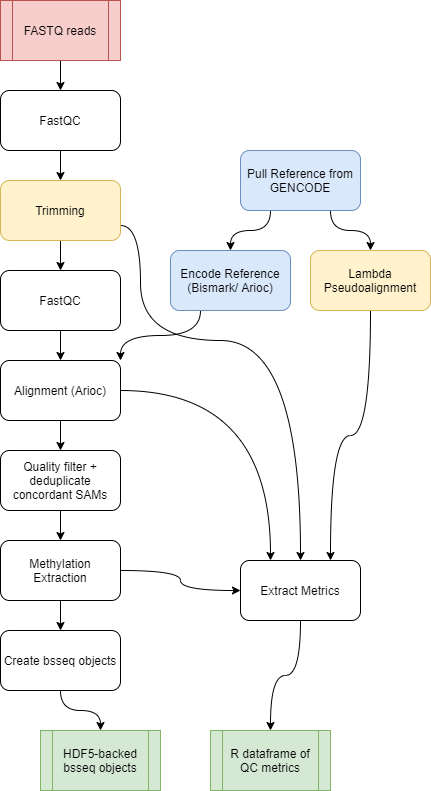
Earlier version of the draw.io export workflow.png (LieberInstitute/BiocMAP). Source tidied: cells renumbered, new cells last; positions are measured from the earlier drawing's top-left corner, leaving out a move shared by most shapes.
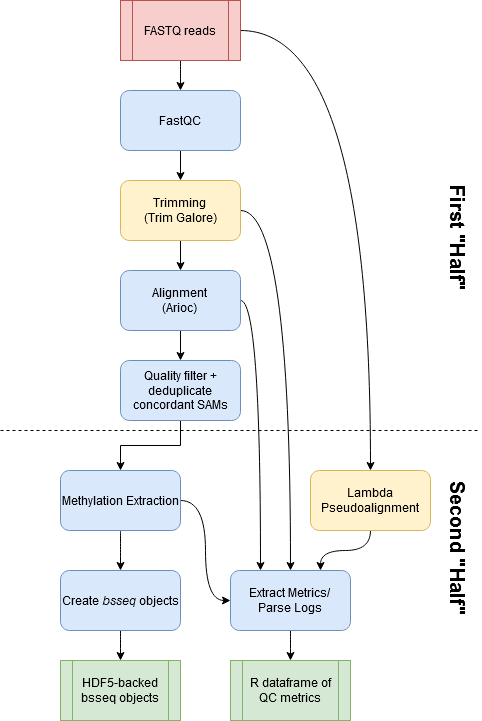
After the commit.

Commit message:
Remake the workflow diagram to reflect recent pipeline changes

What changed in the source:
```diff
@@ -5,65 +5,38 @@
     <mxCell id="2" style="edgeStyle=orthogonalEdgeStyle;rounded=0;jettySize=auto;html=1;exitX=0.5;exitY=1;exitDx=0;exitDy=0;entryX=0.5;entryY=0;entryDx=0;entryDy=0;" parent="1" edge="1" source="3" target="6">
       <mxGeometry relative="1" as="geometry" />
     </mxCell>
-    <mxCell id="3" value="FastQC" style="rounded=1;whiteSpace=wrap;html=1;" parent="1" vertex="1">
-      <mxGeometry y="90" width="120" height="60" as="geometry" />
+    <mxCell id="3" value="FastQC" style="rounded=1;whiteSpace=wrap;html=1;fillColor=#dae8fc;strokeColor=#6c8ebf;" parent="1" vertex="1">
+      <mxGeometry x="90" y="130" width="120" height="60" as="geometry" />
     </mxCell>
-    <mxCell id="4" style="edgeStyle=orthogonalEdgeStyle;rounded=0;jettySize=auto;html=1;exitX=0.5;exitY=1;exitDx=0;exitDy=0;entryX=0.5;entryY=0;entryDx=0;entryDy=0;" parent="1" edge="1" source="6" target="8">
-      <mxGeometry relative="1" as="geometry" />
-    </mxCell>
+    <mxCell id="32" style="edgeStyle=orthogonalEdgeStyle;rounded=0;jettySize=auto;html=1;exitX=0.5;exitY=1;exitDx=0;exitDy=0;entryX=0.5;entryY=0;entryDx=0;entryDy=0;" parent="1" edge="1" source="6" target="16">
+      <mxGeometry relative="1" as="geometry" />
+    </mxCell>
-    <mxCell id="5" style="edgeStyle=orthogonalEdgeStyle;curved=1;jettySize=auto;html=1;exitX=1;exitY=0.75;exitDx=0;exitDy=0;entryX=0.5;entryY=0;entryDx=0;entryDy=0;" parent="1" edge="1" source="6" target="25">
-      <mxGeometry relative="1" as="geometry">
-        <Array as="points">
-          <mxPoint x="140" y="225" />
-          <mxPoint x="140" y="340" />
-          <mxPoint x="300" y="340" />
-        </Array>
-      </mxGeometry>
+    <mxCell id="5" style="edgeStyle=orthogonalEdgeStyle;curved=1;jettySize=auto;html=1;exitX=1;exitY=0.5;exitDx=0;exitDy=0;entryX=0.5;entryY=0;entryDx=0;entryDy=0;" parent="1" edge="1" source="6" target="25">
+      <mxGeometry relative="1" as="geometry" />
     </mxCell>
-    <mxCell id="6" value="Trimming" style="rounded=1;whiteSpace=wrap;html=1;fillColor=#fff2cc;strokeColor=#d6b656;" parent="1" vertex="1">
-      <mxGeometry y="180" width="120" height="60" as="geometry" />
+    <mxCell id="6" value="Trimming&lt;br&gt;(Trim Galore)" style="rounded=1;whiteSpace=wrap;html=1;fillColor=#fff2cc;strokeColor=#d6b656;" parent="1" vertex="1">
+      <mxGeometry x="90" y="220" width="120" height="60" as="geometry" />
     </mxCell>
-    <mxCell id="7" style="edgeStyle=orthogonalEdgeStyle;rounded=0;jettySize=auto;html=1;exitX=0.5;exitY=1;exitDx=0;exitDy=0;entryX=0.5;entryY=0;entryDx=0;entryDy=0;" parent="1" edge="1" source="8" target="16">
-      <mxGeometry relative="1" as="geometry" />
-    </mxCell>
-    <mxCell id="8" value="FastQC" style="rounded=1;whiteSpace=wrap;html=1;" parent="1" vertex="1">
-      <mxGeometry y="270" width="120" height="60" as="geometry" />
-    </mxCell>
-    <mxCell id="9" style="edgeStyle=orthogonalEdgeStyle;curved=1;jettySize=auto;html=1;exitX=0.25;exitY=1;exitDx=0;exitDy=0;" parent="1" edge="1" source="11" target="13">
-      <mxGeometry relative="1" as="geometry" />
-    </mxCell>
-    <mxCell id="10" style="edgeStyle=orthogonalEdgeStyle;curved=1;jettySize=auto;html=1;exitX=0.75;exitY=1;exitDx=0;exitDy=0;" parent="1" edge="1" source="11" target="20">
-      <mxGeometry relative="1" as="geometry" />
-    </mxCell>
-    <mxCell id="11" value="Pull Reference from GENCODE" style="rounded=1;whiteSpace=wrap;html=1;fillColor=#dae8fc;strokeColor=#6c8ebf;" parent="1" vertex="1">
-      <mxGeometry x="240" y="150" width="120" height="60" as="geometry" />
-    </mxCell>
-    <mxCell id="12" style="edgeStyle=orthogonalEdgeStyle;jettySize=auto;html=1;exitX=0.25;exitY=1;exitDx=0;exitDy=0;entryX=1;entryY=0;entryDx=0;entryDy=0;curved=1;" parent="1" edge="1" source="13" target="16">
-      <mxGeometry relative="1" as="geometry" />
-    </mxCell>
-    <mxCell id="13" value="Encode Reference (Bismark/ Arioc)" style="rounded=1;whiteSpace=wrap;html=1;fillColor=#dae8fc;strokeColor=#6c8ebf;" parent="1" vertex="1">
-      <mxGeometry x="170" y="250" width="120" height="60" as="geometry" />
-    </mxCell>
     <mxCell id="14" style="edgeStyle=orthogonalEdgeStyle;rounded=0;jettySize=auto;html=1;entryX=0.5;entryY=0;entryDx=0;entryDy=0;" parent="1" edge="1" source="16" target="18">
       <mxGeometry relative="1" as="geometry" />
     </mxCell>
     <mxCell id="15" style="edgeStyle=orthogonalEdgeStyle;curved=1;jettySize=auto;html=1;exitX=1;exitY=0.5;exitDx=0;exitDy=0;entryX=0.25;entryY=0;entryDx=0;entryDy=0;" parent="1" edge="1" source="16" target="25">
       <mxGeometry relative="1" as="geometry" />
     </mxCell>
-    <mxCell id="16" value="Alignment (Arioc)" style="rounded=1;whiteSpace=wrap;html=1;" parent="1" vertex="1">
-      <mxGeometry y="360" width="120" height="60" as="geometry" />
+    <mxCell id="16" value="Alignment&lt;br&gt;(Arioc)" style="rounded=1;whiteSpace=wrap;html=1;fillColor=#dae8fc;strokeColor=#6c8ebf;" parent="1" vertex="1">
+      <mxGeometry x="90" y="310" width="120" height="60" as="geometry" />
     </mxCell>
     <mxCell id="17" style="edgeStyle=orthogonalEdgeStyle;rounded=0;jettySize=auto;html=1;exitX=0.5;exitY=1;exitDx=0;exitDy=0;entryX=0.5;entryY=0;entryDx=0;entryDy=0;" parent="1" edge="1" source="18" target="23">
       <mxGeometry relative="1" as="geometry" />
     </mxCell>
-    <mxCell id="18" value="Quality filter + deduplicate concordant SAMs" style="rounded=1;whiteSpace=wrap;html=1;" parent="1" vertex="1">
-      <mxGeometry y="450" width="120" height="60" as="geometry" />
+    <mxCell id="18" value="Quality filter + deduplicate concordant SAMs" style="rounded=1;whiteSpace=wrap;html=1;fillColor=#dae8fc;strokeColor=#6c8ebf;" parent="1" vertex="1">
+      <mxGeometry x="90" y="400" width="120" height="60" as="geometry" />
     </mxCell>
     <mxCell id="19" style="edgeStyle=orthogonalEdgeStyle;curved=1;jettySize=auto;html=1;exitX=0.5;exitY=1;exitDx=0;exitDy=0;entryX=0.75;entryY=0;entryDx=0;entryDy=0;" parent="1" edge="1" source="20" target="25">
       <mxGeometry relative="1" as="geometry" />
     </mxCell>
     <mxCell id="20" value="Lambda Pseudoalignment" style="rounded=1;whiteSpace=wrap;html=1;fillColor=#fff2cc;strokeColor=#d6b656;" parent="1" vertex="1">
-      <mxGeometry x="310" y="250" width="120" height="60" as="geometry" />
+      <mxGeometry x="280" y="510" width="120" height="60" as="geometry" />
     </mxCell>
     <mxCell id="21" style="edgeStyle=orthogonalEdgeStyle;curved=1;jettySize=auto;html=1;entryX=0;entryY=0.5;entryDx=0;entryDy=0;" parent="1" edge="1" source="23" target="25">
       <mxGeometry relative="1" as="geometry" />
@@ -71,32 +44,47 @@
     <mxCell id="22" style="edgeStyle=orthogonalEdgeStyle;curved=1;jettySize=auto;html=1;exitX=0.5;exitY=1;exitDx=0;exitDy=0;" parent="1" edge="1" source="23" target="27">
       <mxGeometry relative="1" as="geometry" />
     </mxCell>
-    <mxCell id="23" value="Methylation Extraction" style="rounded=1;whiteSpace=wrap;html=1;" parent="1" vertex="1">
-      <mxGeometry y="540" width="120" height="60" as="geometry" />
+    <mxCell id="23" value="&lt;div&gt;Methylation Extraction&lt;/div&gt;" style="rounded=1;whiteSpace=wrap;html=1;fillColor=#dae8fc;strokeColor=#6c8ebf;" parent="1" vertex="1">
+      <mxGeometry x="30" y="510" width="120" height="60" as="geometry" />
     </mxCell>
     <mxCell id="24" style="edgeStyle=orthogonalEdgeStyle;curved=1;jettySize=auto;html=1;exitX=0.5;exitY=1;exitDx=0;exitDy=0;entryX=0.5;entryY=0;entryDx=0;entryDy=0;" parent="1" edge="1" source="25" target="29">
       <mxGeometry relative="1" as="geometry" />
     </mxCell>
-    <mxCell id="25" value="Extract Metrics" style="rounded=1;whiteSpace=wrap;html=1;shadow=0;" parent="1" vertex="1">
-      <mxGeometry x="240" y="560" width="120" height="60" as="geometry" />
+    <mxCell id="25" value="Extract Metrics/&lt;br&gt;Parse Logs" style="rounded=1;whiteSpace=wrap;html=1;shadow=0;fillColor=#dae8fc;strokeColor=#6c8ebf;" parent="1" vertex="1">
+      <mxGeometry x="200" y="610" width="120" height="60" as="geometry" />
     </mxCell>
     <mxCell id="26" style="edgeStyle=orthogonalEdgeStyle;curved=1;jettySize=auto;html=1;exitX=0.5;exitY=1;exitDx=0;exitDy=0;entryX=0.5;entryY=0;entryDx=0;entryDy=0;" parent="1" edge="1" source="27" target="28">
       <mxGeometry relative="1" as="geometry" />
     </mxCell>
-    <mxCell id="27" value="Create bsseq objects" style="rounded=1;whiteSpace=wrap;html=1;" parent="1" vertex="1">
-      <mxGeometry y="630" width="120" height="60" as="geometry" />
+    <mxCell id="27" value="Create &lt;i&gt;bsseq&lt;/i&gt; objects" style="rounded=1;whiteSpace=wrap;html=1;fillColor=#dae8fc;strokeColor=#6c8ebf;" parent="1" vertex="1">
+      <mxGeometry x="30" y="610" width="120" height="60" as="geometry" />
     </mxCell>
     <mxCell id="28" value="HDF5-backed bsseq objects" style="shape=process;whiteSpace=wrap;html=1;backgroundOutline=1;shadow=0;fillColor=#d5e8d4;strokeColor=#82b366;" parent="1" vertex="1">
-      <mxGeometry x="40" y="730" width="120" height="60" as="geometry" />
+      <mxGeometry x="30" y="700" width="120" height="60" as="geometry" />
     </mxCell>
     <mxCell id="29" value="R dataframe of QC metrics" style="shape=process;whiteSpace=wrap;html=1;backgroundOutline=1;shadow=0;fillColor=#d5e8d4;strokeColor=#82b366;" parent="1" vertex="1">
-      <mxGeometry x="210" y="730" width="120" height="60" as="geometry" />
+      <mxGeometry x="200" y="700" width="120" height="60" as="geometry" />
     </mxCell>
     <mxCell id="30" style="edgeStyle=orthogonalEdgeStyle;curved=1;jettySize=auto;html=1;exitX=0.5;exitY=1;exitDx=0;exitDy=0;entryX=0.5;entryY=0;entryDx=0;entryDy=0;" parent="1" edge="1" source="31" target="3">
       <mxGeometry relative="1" as="geometry" />
     </mxCell>
+    <mxCell id="33" style="edgeStyle=orthogonalEdgeStyle;jettySize=auto;html=1;exitX=1;exitY=0.5;exitDx=0;exitDy=0;curved=1;" parent="1" edge="1" source="31" target="20">
+      <mxGeometry relative="1" as="geometry" />
+    </mxCell>
     <mxCell id="31" value="FASTQ reads" style="shape=process;whiteSpace=wrap;html=1;backgroundOutline=1;shadow=0;fillColor=#f8cecc;strokeColor=#b85450;" parent="1" vertex="1">
-      <mxGeometry width="120" height="60" as="geometry" />
+      <mxGeometry x="90" y="40" width="120" height="60" as="geometry" />
     </mxCell>
+    <mxCell id="34" style="endArrow=none;dashed=1;html=1;" parent="1" edge="1">
+      <mxGeometry relative="1" as="geometry">
+        <mxPoint x="-30" y="470" as="sourcePoint" />
+        <mxPoint x="450" y="470" as="targetPoint" />
+      </mxGeometry>
+    </mxCell>
+    <mxCell id="35" value="&lt;font style=&quot;font-size: 20px&quot;&gt;&lt;b&gt;&lt;font style=&quot;font-size: 20px&quot;&gt;First &quot;Half&quot;&lt;/font&gt;&lt;/b&gt;&lt;/font&gt;" style="text;html=1;strokeColor=none;fillColor=none;align=center;verticalAlign=middle;whiteSpace=wrap;rounded=0;rotation=90;" parent="1" vertex="1">
+      <mxGeometry x="370" y="260" width="117.5" height="35" as="geometry" />
+    </mxCell>
+    <mxCell id="36" value="&lt;b&gt;&lt;font style=&quot;font-size: 20px&quot;&gt;Second &quot;Half&quot;&lt;/font&gt;&lt;/b&gt;" style="text;html=1;strokeColor=none;fillColor=none;align=center;verticalAlign=middle;whiteSpace=wrap;rounded=0;rotation=90;" parent="1" vertex="1">
+      <mxGeometry x="360" y="570" width="137.5" height="35" as="geometry" />
+    </mxCell>
   </root>
 </mxGraphModel>
```
